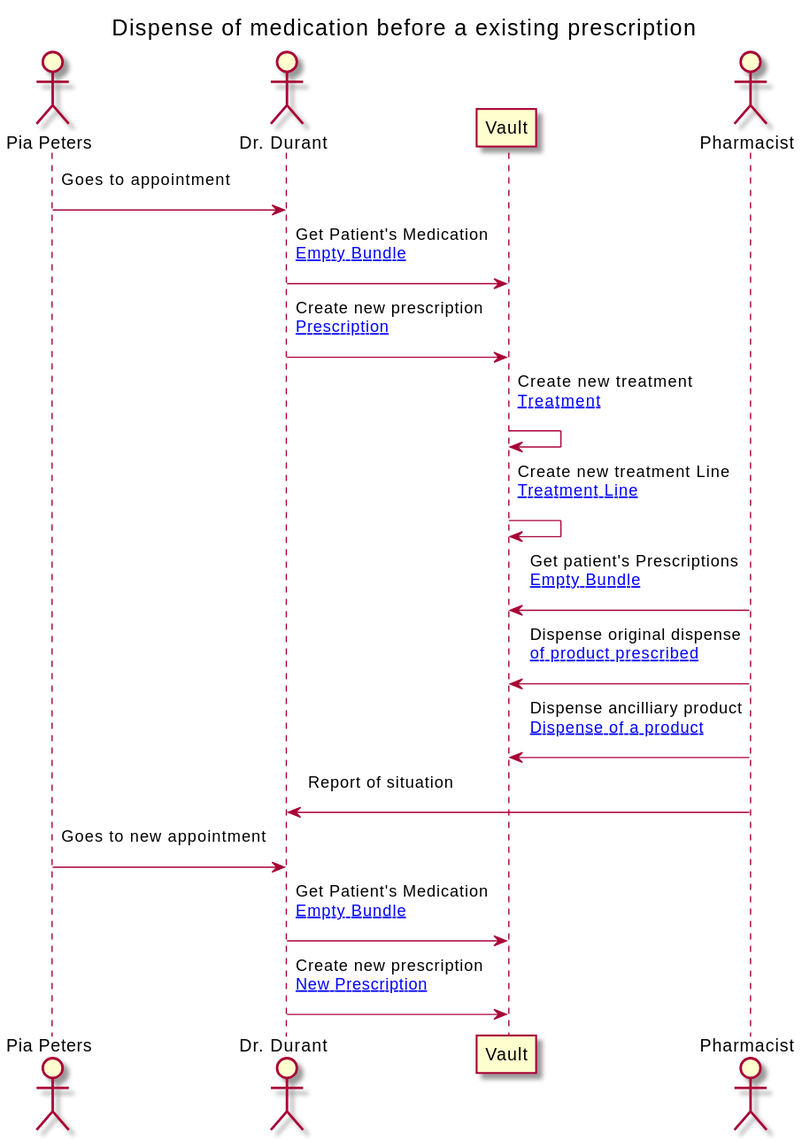
Earlier version of the PlantUML export branches/master/ExampleScenario-example-3-scenario.svg (costateixeira/hl7-be-fhir-medication).
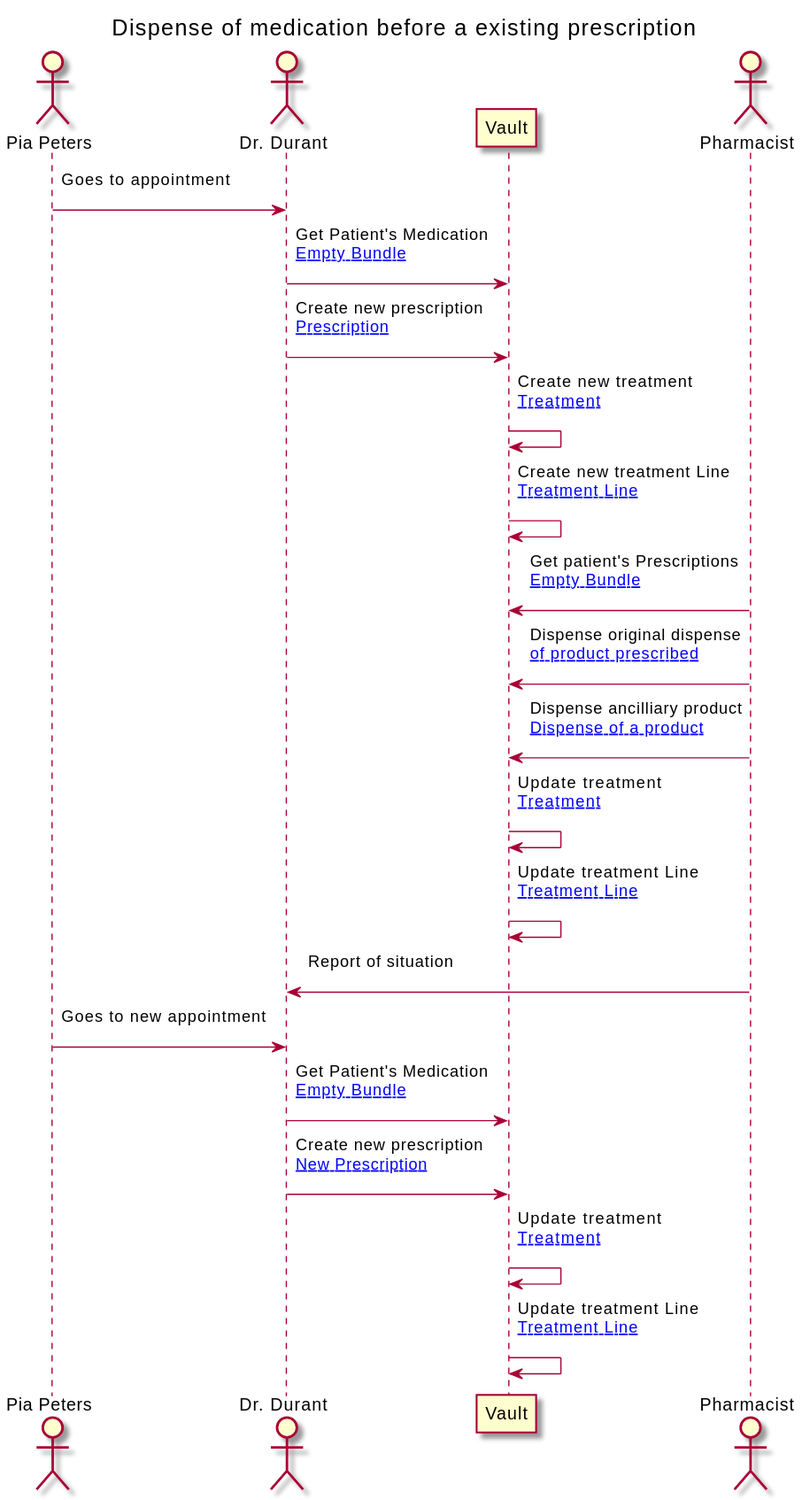
The same file after the commit.

Diff of the diagram source:
```diff
@@ -20,10 +20,14 @@
     PHARM-> VAULT : Get patient's Prescriptions\n[[ExampleScenario-example-3-scenario-resources.html#EB Empty Bundle]]\n
     PHARM-> VAULT : Dispense original dispense\n[[ExampleScenario-example-3-scenario-resources.html#Dispense of product prescribed]]\n
     PHARM-> VAULT : Dispense ancilliary product\n[[ExampleScenario-example-3-scenario-resources.html#Ancilliary Dispense of a product]]\n
+    VAULT-> VAULT : Update treatment\n[[ExampleScenario-example-3-scenario-resources.html#New Treatment]]\n
+    VAULT-> VAULT : Update treatment Line\n[[ExampleScenario-example-3-scenario-resources.html#New Treatment Line]]\n
     PHARM-> GP : Report of situation\n
     PATIENT-> GP : Goes to new appointment\n
     GP-> VAULT : Get Patient's Medication\n[[ExampleScenario-example-3-scenario-resources.html#EB Empty Bundle]]\n
     GP-> VAULT : Create new prescription\n[[ExampleScenario-example-3-scenario-resources.html#3-2-prescription New Prescription]]\n
+    VAULT-> VAULT : Update treatment\n[[ExampleScenario-example-3-scenario-resources.html#New Treatment]]\n
+    VAULT-> VAULT : Update treatment Line\n[[ExampleScenario-example-3-scenario-resources.html#New Treatment Line]]\n
 
 
 @enduml
```
